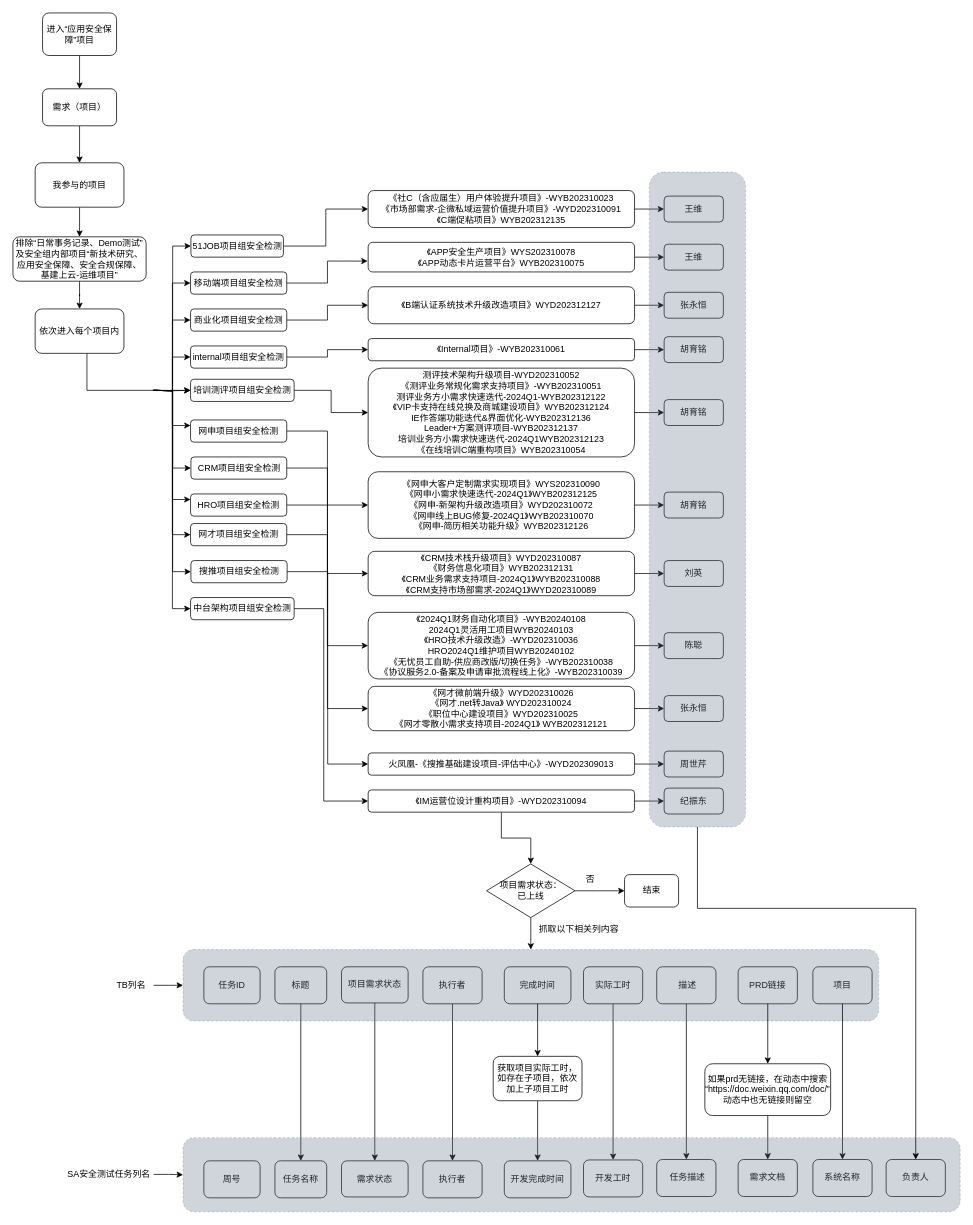
Before: tb项目新建.drawio in grayes/draw.io, a draw.io diagram. Source tidied: cells renumbered, new cells numbered last; positions are measured from the earlier drawing's top-left corner, leaving out a move shared by most shapes. Both pictures are drawn from the tidied source at 74%, with x=0, y=0 at pixel (13, 13).
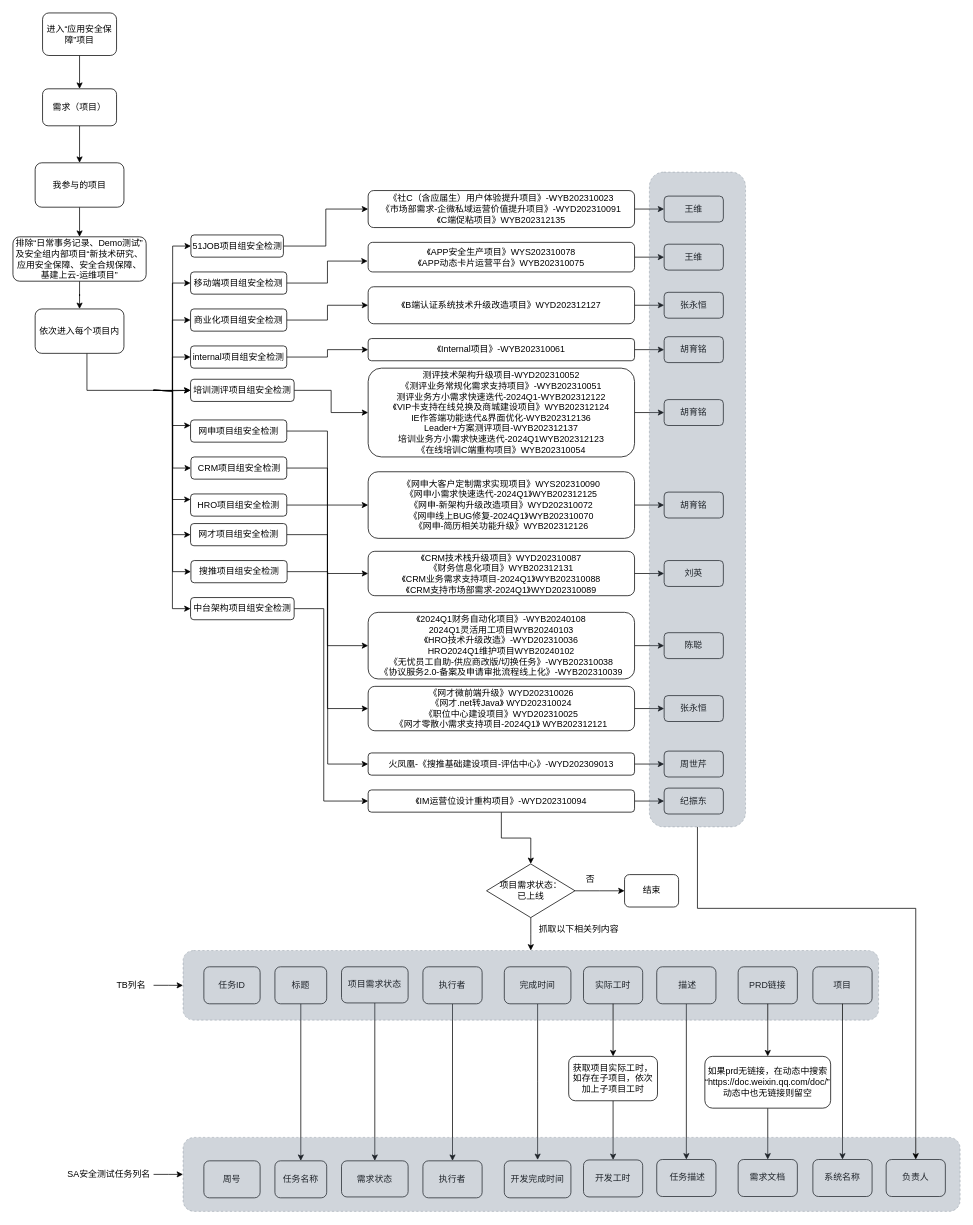
The same page after the edit.

Commit message (it also covers changes not shown here):
更新tb项目新建.drawio

The change refers to these unchanged cells:
```xml
<mxCell id="89" value="完成时间" style="rounded=1;whiteSpace=wrap;html=1;" parent="1" vertex="1">
  <mxGeometry x="664" y="1289" width="90" height="50" as="geometry" />
</mxCell>
<mxCell id="91" value="实际工时" style="rounded=1;whiteSpace=wrap;html=1;" parent="1" vertex="1">
  <mxGeometry x="771" y="1289" width="80" height="50" as="geometry" />
</mxCell>
<mxCell id="104" value="开发完成时间" style="rounded=1;whiteSpace=wrap;html=1;" parent="1" vertex="1">
  <mxGeometry x="664" y="1551.2" width="90" height="50" as="geometry" />
</mxCell>
<mxCell id="105" value="开发工时" style="rounded=1;whiteSpace=wrap;html=1;" parent="1" vertex="1">
  <mxGeometry x="771" y="1550" width="80" height="50" as="geometry" />
</mxCell>
```

What changed in the source:
```diff
@@
-    <mxCell id="88" style="edgeStyle=orthogonalEdgeStyle;rounded=0;jettySize=auto;html=1;" parent="1" edge="1" source="123" target="104">
-      <mxGeometry relative="1" as="geometry" />
-    </mxCell>
+    <mxCell id="124" style="edgeStyle=orthogonalEdgeStyle;rounded=0;jettySize=auto;html=1;" parent="1" edge="1" source="89">
+      <mxGeometry relative="1" as="geometry">
+        <mxPoint x="709" y="1550" as="targetPoint" />
+      </mxGeometry>
+    </mxCell>
@@
-    <mxCell id="90" style="edgeStyle=orthogonalEdgeStyle;rounded=0;jettySize=auto;html=1;" parent="1" edge="1" source="91" target="105">
+    <mxCell id="90" style="edgeStyle=orthogonalEdgeStyle;rounded=0;jettySize=auto;html=1;" parent="1" edge="1" source="123" target="105">
       <mxGeometry relative="1" as="geometry" />
     </mxCell>
@@
     <mxCell id="112" style="rounded=1;whiteSpace=wrap;html=1;fillColor=#647687;opacity=30;fontColor=#ffffff;strokeColor=#314354;dashed=1;" parent="1" vertex="1">
-      <mxGeometry x="229.8" y="1265.7" width="940" height="96.6" as="geometry" />
+      <mxGeometry x="229.8" y="1267" width="940" height="94.1" as="geometry" />
     </mxCell>
@@
     <mxCell id="117" style="rounded=1;whiteSpace=wrap;html=1;fillColor=#647687;opacity=30;fontColor=#ffffff;strokeColor=#314354;dashed=1;" parent="1" vertex="1">
-      <mxGeometry x="229.8" y="1520" width="1050.2" height="100" as="geometry" />
+      <mxGeometry x="229.8" y="1519.5" width="1050.2" height="100" as="geometry" />
     </mxCell>
@@
     <mxCell id="121" value="如果prd无链接，在动态中搜索“https://doc.weixin.qq.com/doc/”&lt;div&gt;动态中也无链接则留空&lt;br&gt;&lt;/div&gt;" style="rounded=1;whiteSpace=wrap;html=1;" parent="1" vertex="1">
-      <mxGeometry x="935" y="1420" width="170" height="70" as="geometry" />
+      <mxGeometry x="935" y="1410" width="170" height="70" as="geometry" />
     </mxCell>
-    <mxCell id="122" style="edgeStyle=orthogonalEdgeStyle;rounded=0;jettySize=auto;html=1;" parent="1" edge="1" source="89" target="123">
-      <mxGeometry relative="1" as="geometry" />
-    </mxCell>
+    <mxCell id="125" style="edgeStyle=orthogonalEdgeStyle;rounded=0;jettySize=auto;html=1;" parent="1" edge="1" source="91" target="123">
+      <mxGeometry relative="1" as="geometry" />
+    </mxCell>
     <mxCell id="123" value="获取项目实际工时，如存在子项目，依次加上子项目工时" style="rounded=1;whiteSpace=wrap;html=1;" parent="1" vertex="1">
-      <mxGeometry x="649" y="1410" width="120" height="60" as="geometry" />
+      <mxGeometry x="751" y="1410" width="120" height="60" as="geometry" />
     </mxCell>
```
